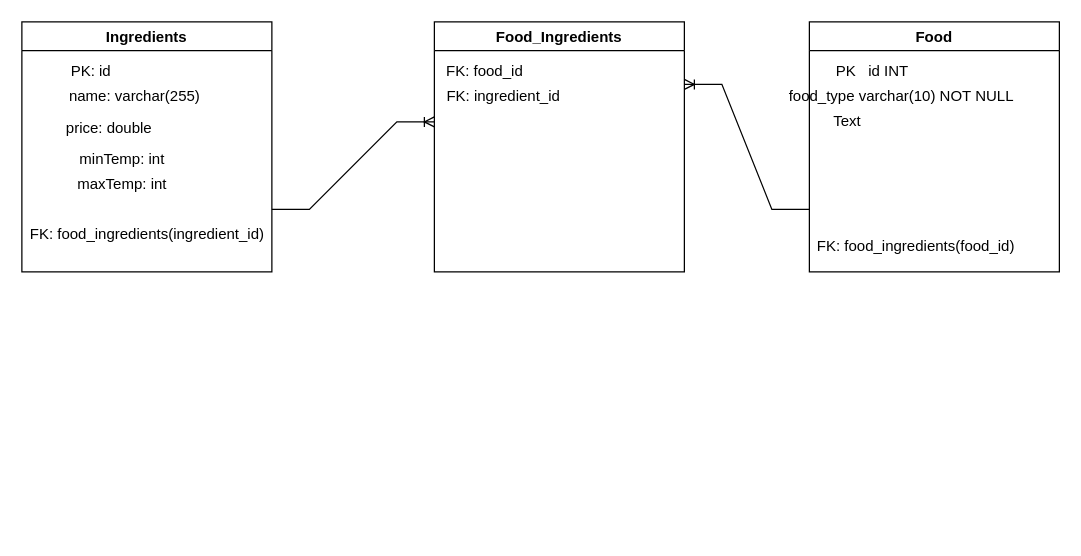
Above: Untitled Diagram.drawio in TicoiuLucian/MyFirstSpringRestApp (draw.io), before the change. Source tidied: cells renumbered, new cells numbered last; positions are measured from the earlier drawing's top-left corner, leaving out a move shared by most shapes. Both pictures are drawn from the tidied source at 125%, with x=0, y=0 at pixel (21, 21).
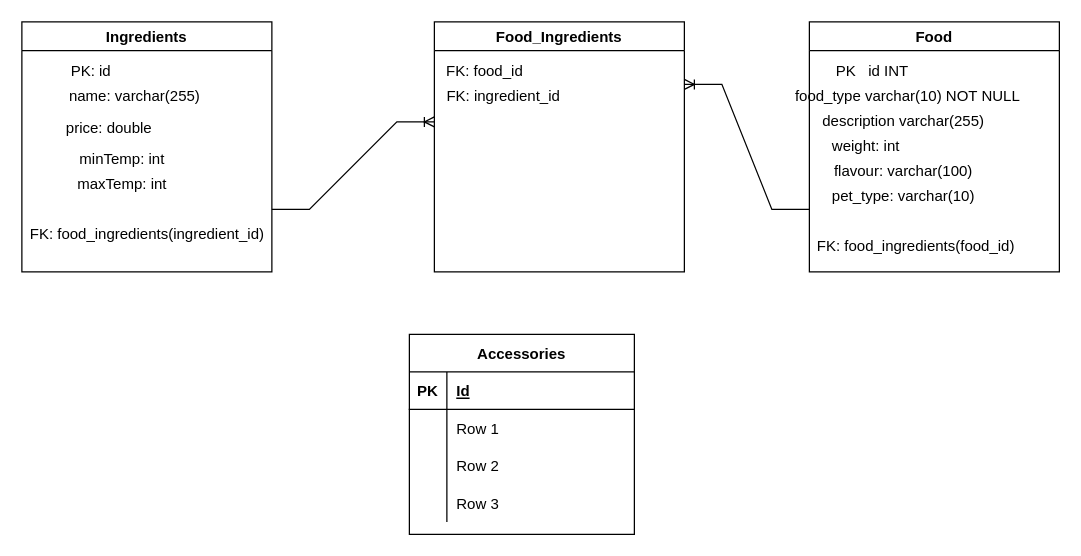
The same page after the edit.

The change refers to these unchanged cells:
```xml
<mxCell id="2" value="Food" style="swimlane;" parent="1" vertex="1">
  <mxGeometry x="630" width="200" height="200" as="geometry" />
</mxCell>
```

The edit, as a diff of the source:
```diff
@@
     <mxCell id="4" value="&lt;blockquote style=&quot;margin: 0 0 0 40px ; border: none ; padding: 0px&quot;&gt;&lt;span style=&quot;white-space: pre&quot;&gt; &lt;/span&gt;&lt;span style=&quot;white-space: pre&quot;&gt; &lt;/span&gt;food_type varchar(10) NOT NULL&lt;/blockquote&gt;" style="text;html=1;align=center;verticalAlign=middle;strokeColor=none;fillColor=none;" parent="2" vertex="1">
-      <mxGeometry x="-95" y="50" width="290" height="20" as="geometry" />
+      <mxGeometry x="-90" y="50" width="290" height="20" as="geometry" />
     </mxCell>
-    <mxCell id="5" value="Text" style="text;html=1;align=center;verticalAlign=middle;strokeColor=none;fillColor=none;" parent="2" vertex="1">
-      <mxGeometry x="10" y="70" width="40" height="20" as="geometry" />
+    <mxCell id="5" value="description varchar(255)" style="text;html=1;align=center;verticalAlign=middle;strokeColor=none;fillColor=none;" parent="2" vertex="1">
+      <mxGeometry y="70" width="150" height="20" as="geometry" />
     </mxCell>
@@
+    <mxCell id="19" value="weight: int" style="text;html=1;align=center;verticalAlign=middle;strokeColor=none;fillColor=none;" parent="2" vertex="1">
+      <mxGeometry x="10" y="90" width="70" height="20" as="geometry" />
+    </mxCell>
+    <mxCell id="20" value="flavour: varchar(100)" style="text;html=1;align=center;verticalAlign=middle;strokeColor=none;fillColor=none;" parent="2" vertex="1">
+      <mxGeometry x="10" y="110" width="130" height="20" as="geometry" />
+    </mxCell>
+    <mxCell id="21" value="pet_type: varchar(10)" style="text;html=1;align=center;verticalAlign=middle;strokeColor=none;fillColor=none;" parent="2" vertex="1">
+      <mxGeometry x="10" y="130" width="130" height="20" as="geometry" />
+    </mxCell>
@@
+    <mxCell id="22" value="Accessories" style="shape=table;startSize=30;childLayout=tableLayout;rowLines=0;fontStyle=1;align=center;" parent="1" vertex="1">
+      <mxGeometry x="310" y="250" width="180" height="160" as="geometry" />
+    </mxCell>
+    <mxCell id="23" style="shape=tableRow;horizontal=0;startSize=0;swimlaneHead=0;swimlaneBody=0;fillColor=none;top=0;left=0;right=0;bottom=1;" parent="22" vertex="1">
+      <mxGeometry y="30" width="180" height="30" as="geometry" />
+    </mxCell>
+    <mxCell id="24" value="PK" style="shape=partialRectangle;fillColor=none;top=0;left=0;bottom=0;right=0;fontStyle=1;overflow=hidden;" parent="23" vertex="1">
+      <mxGeometry width="30" height="30" as="geometry" />
+    </mxCell>
+    <mxCell id="25" value="Id" style="shape=partialRectangle;fillColor=none;top=0;left=0;bottom=0;right=0;align=left;spacingLeft=6;fontStyle=5;overflow=hidden;" parent="23" vertex="1">
+      <mxGeometry x="30" width="150" height="30" as="geometry" />
+    </mxCell>
+    <mxCell id="26" style="shape=tableRow;horizontal=0;startSize=0;swimlaneHead=0;swimlaneBody=0;fillColor=none;top=0;left=0;right=0;bottom=0;" parent="22" vertex="1">
+      <mxGeometry y="60" width="180" height="30" as="geometry" />
+    </mxCell>
+    <mxCell id="27" style="shape=partialRectangle;fillColor=none;top=0;left=0;bottom=0;right=0;overflow=hidden;" parent="26" vertex="1">
+      <mxGeometry width="30" height="30" as="geometry" />
+    </mxCell>
+    <mxCell id="28" value="Row 1" style="shape=partialRectangle;fillColor=none;top=0;left=0;bottom=0;right=0;align=left;spacingLeft=6;overflow=hidden;" parent="26" vertex="1">
+      <mxGeometry x="30" width="150" height="30" as="geometry" />
+    </mxCell>
+    <mxCell id="29" style="shape=tableRow;horizontal=0;startSize=0;swimlaneHead=0;swimlaneBody=0;fillColor=none;top=0;left=0;right=0;bottom=0;" parent="22" vertex="1">
+      <mxGeometry y="90" width="180" height="30" as="geometry" />
+    </mxCell>
+    <mxCell id="30" style="shape=partialRectangle;fillColor=none;top=0;left=0;bottom=0;right=0;overflow=hidden;" parent="29" vertex="1">
+      <mxGeometry width="30" height="30" as="geometry" />
+    </mxCell>
+    <mxCell id="31" value="Row 2" style="shape=partialRectangle;fillColor=none;top=0;left=0;bottom=0;right=0;align=left;spacingLeft=6;overflow=hidden;" parent="29" vertex="1">
+      <mxGeometry x="30" width="150" height="30" as="geometry" />
+    </mxCell>
+    <mxCell id="32" style="shape=tableRow;horizontal=0;startSize=0;swimlaneHead=0;swimlaneBody=0;fillColor=none;top=0;left=0;right=0;bottom=0;" parent="22" vertex="1">
+      <mxGeometry y="120" width="180" height="30" as="geometry" />
+    </mxCell>
+    <mxCell id="33" style="shape=partialRectangle;fillColor=none;top=0;left=0;bottom=0;right=0;overflow=hidden;" parent="32" vertex="1">
+      <mxGeometry width="30" height="30" as="geometry" />
+    </mxCell>
+    <mxCell id="34" value="Row 3" style="shape=partialRectangle;fillColor=none;top=0;left=0;bottom=0;right=0;align=left;spacingLeft=6;overflow=hidden;" parent="32" vertex="1">
+      <mxGeometry x="30" width="150" height="30" as="geometry" />
+    </mxCell>
```
